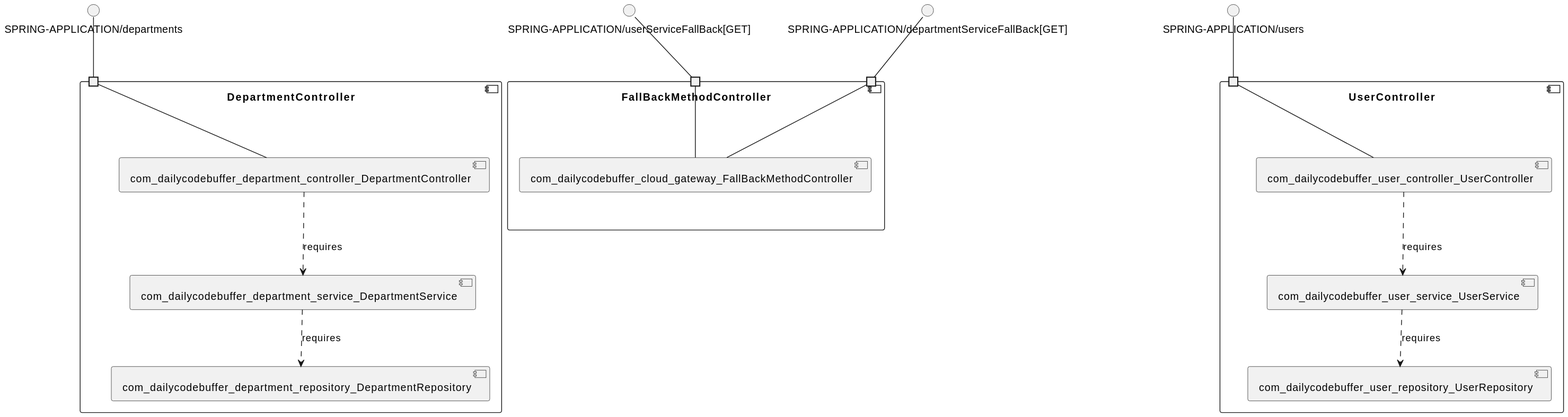
Before: shabbirdwd53-springboot-microservice/model_re/uml/componentDiagram.svg, a diagram exported from PlantUML (View-Based-Reverse-Engineering/Retriever-Benchmark).
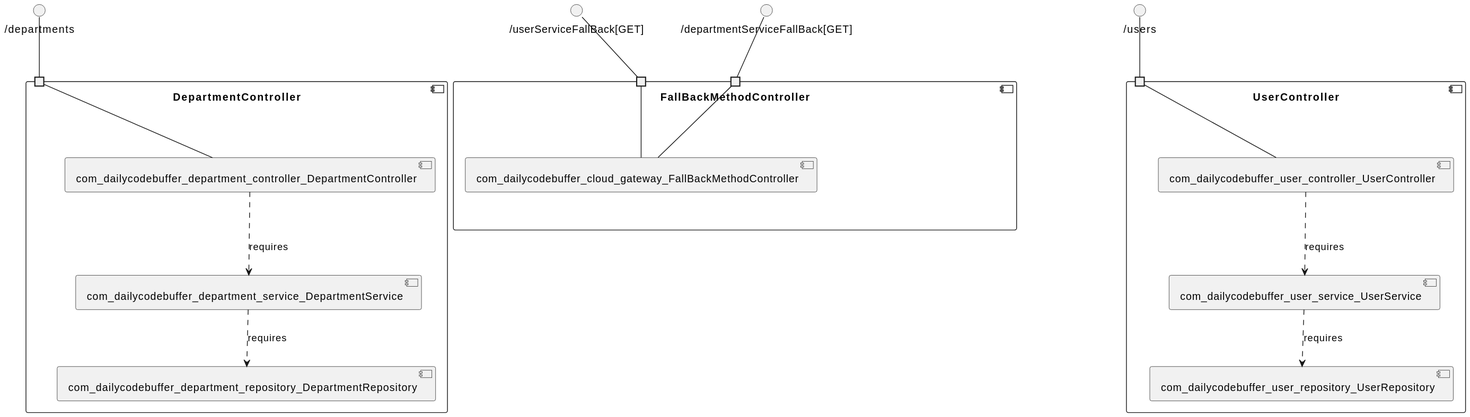
The same diagram one commit later.

The edit, as a diff of the source:
```diff
@@ -1,36 +1,36 @@
 @startuml
 skinparam fixCircleLabelOverlapping true
 component "DepartmentController\n\n\n\n\n\n" {
+[com_dailycodebuffer_department_controller_DepartmentController]
 [com_dailycodebuffer_department_service_DepartmentService]
-[com_dailycodebuffer_department_controller_DepartmentController]
 [com_dailycodebuffer_department_repository_DepartmentRepository]
-portin " " as DepartmentController.requires.SPRING_APPLICATION_departments
+portin " " as DepartmentController.requires._departments
 [com_dailycodebuffer_department_controller_DepartmentController]..>[com_dailycodebuffer_department_service_DepartmentService] : requires
 [com_dailycodebuffer_department_service_DepartmentService]..>[com_dailycodebuffer_department_repository_DepartmentRepository] : requires
-"DepartmentController.requires.SPRING_APPLICATION_departments"--[com_dailycodebuffer_department_controller_DepartmentController]
+"DepartmentController.requires._departments"--[com_dailycodebuffer_department_controller_DepartmentController]
 }
-interface "SPRING-APPLICATION/departments" as interface.SPRING_APPLICATION_departments
-interface.SPRING_APPLICATION_departments--"DepartmentController.requires.SPRING_APPLICATION_departments"
+interface "/departments" as interface._departments
+interface._departments--"DepartmentController.requires._departments"
 component "FallBackMethodController\n\n\n\n\n\n" {
 [com_dailycodebuffer_cloud_gateway_FallBackMethodController]
-portin " " as FallBackMethodController.requires.SPRING_APPLICATION_userServiceFallBack_GET_
-portin " " as FallBackMethodController.requires.SPRING_APPLICATION_departmentServiceFallBack_GET_
-"FallBackMethodController.requires.SPRING_APPLICATION_userServiceFallBack_GET_"--[com_dailycodebuffer_cloud_gateway_FallBackMethodController]
-"FallBackMethodController.requires.SPRING_APPLICATION_departmentServiceFallBack_GET_"--[com_dailycodebuffer_cloud_gateway_FallBackMethodController]
+portin " " as FallBackMethodController.requires._userServiceFallBack_GET_
+portin " " as FallBackMethodController.requires._departmentServiceFallBack_GET_
+"FallBackMethodController.requires._userServiceFallBack_GET_"--[com_dailycodebuffer_cloud_gateway_FallBackMethodController]
+"FallBackMethodController.requires._departmentServiceFallBack_GET_"--[com_dailycodebuffer_cloud_gateway_FallBackMethodController]
 }
-interface "SPRING-APPLICATION/userServiceFallBack[GET]" as interface.SPRING_APPLICATION_userServiceFallBack_GET_
-interface.SPRING_APPLICATION_userServiceFallBack_GET_--"FallBackMethodController.requires.SPRING_APPLICATION_userServiceFallBack_GET_"
-interface "SPRING-APPLICATION/departmentServiceFallBack[GET]" as interface.SPRING_APPLICATION_departmentServiceFallBack_GET_
-interface.SPRING_APPLICATION_departmentServiceFallBack_GET_--"FallBackMethodController.requires.SPRING_APPLICATION_departmentServiceFallBack_GET_"
+interface "/userServiceFallBack[GET]" as interface._userServiceFallBack_GET_
+interface._userServiceFallBack_GET_--"FallBackMethodController.requires._userServiceFallBack_GET_"
+interface "/departmentServiceFallBack[GET]" as interface._departmentServiceFallBack_GET_
+interface._departmentServiceFallBack_GET_--"FallBackMethodController.requires._departmentServiceFallBack_GET_"
 component "UserController\n\n\n\n\n\n" {
+[com_dailycodebuffer_user_repository_UserRepository]
 [com_dailycodebuffer_user_controller_UserController]
 [com_dailycodebuffer_user_service_UserService]
-[com_dailycodebuffer_user_repository_UserRepository]
-portin " " as UserController.requires.SPRING_APPLICATION_users
+portin " " as UserController.requires._users
+[com_dailycodebuffer_user_controller_UserController]..>[com_dailycodebuffer_user_service_UserService] : requires
 [com_dailycodebuffer_user_service_UserService]..>[com_dailycodebuffer_user_repository_UserRepository] : requires
-[com_dailycodebuffer_user_controller_UserController]..>[com_dailycodebuffer_user_service_UserService] : requires
-"UserController.requires.SPRING_APPLICATION_users"--[com_dailycodebuffer_user_controller_UserController]
+"UserController.requires._users"--[com_dailycodebuffer_user_controller_UserController]
 }
-interface "SPRING-APPLICATION/users" as interface.SPRING_APPLICATION_users
-interface.SPRING_APPLICATION_users--"UserController.requires.SPRING_APPLICATION_users"
+interface "/users" as interface._users
+interface._users--"UserController.requires._users"
 @enduml
```
